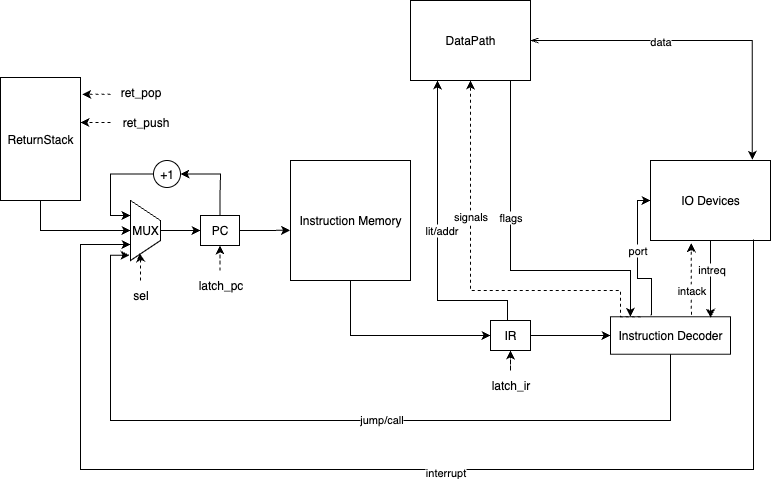
The draw.io diagram docs/images/controlunit.png in mike-yasnov/csa_lab_4_v2, before a commit. Source tidied: cells renumbered, new cells last; positions are measured from the earlier drawing's top-left corner, leaving out a move shared by most shapes.
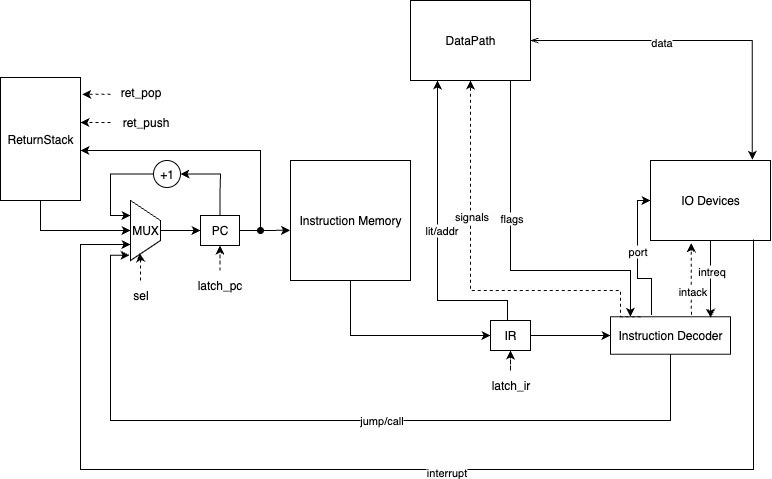
Above is the later version.

Commit message:
Исправление CU схемы

What changed in the source:
```diff
@@ -215,5 +215,15 @@
     <mxCell id="47" value="port" style="edgeLabel;html=1;align=center;verticalAlign=middle;" parent="46" vertex="1">
       <mxGeometry x="-0.11" y="-1" relative="1" as="geometry" />
     </mxCell>
+    <mxCell id="48" style="edgeStyle=orthogonalEdgeStyle;orthogonalLoop=1;jettySize=auto;html=1;rounded=0;startArrow=oval;startFill=1;" parent="1" edge="1">
+      <mxGeometry relative="1" as="geometry">
+        <mxPoint x="260" y="230" as="sourcePoint" />
+        <mxPoint x="80" y="150" as="targetPoint" />
+        <Array as="points">
+          <mxPoint x="260" y="150" />
+          <mxPoint x="80" y="150" />
+        </Array>
+      </mxGeometry>
+    </mxCell>
   </root>
 </mxGraphModel>
```
